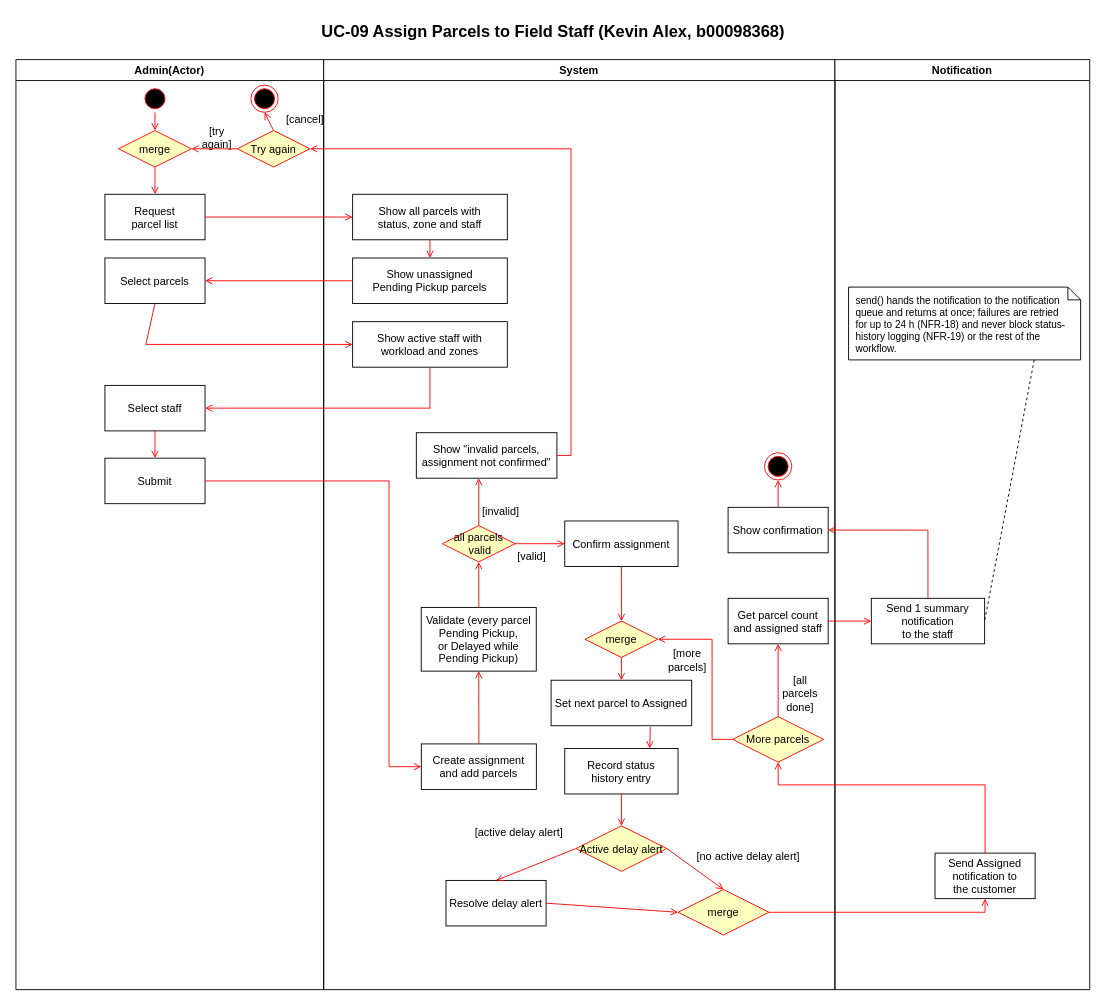
Before: Project/Behavioral_Modeling/Activity_Diagrams/AD_UC-09_Assign_Parcels_to_Field_Staff.drawio in COE420-Team10-F26/Courier_parcel_tracking_system, a draw.io diagram. Source tidied: cells renumbered, new cells numbered last; positions are measured from the earlier drawing's top-left corner, leaving out a move shared by most shapes. Both pictures are drawn from the tidied source at 91%, with x=0, y=0 at pixel (15, 15).
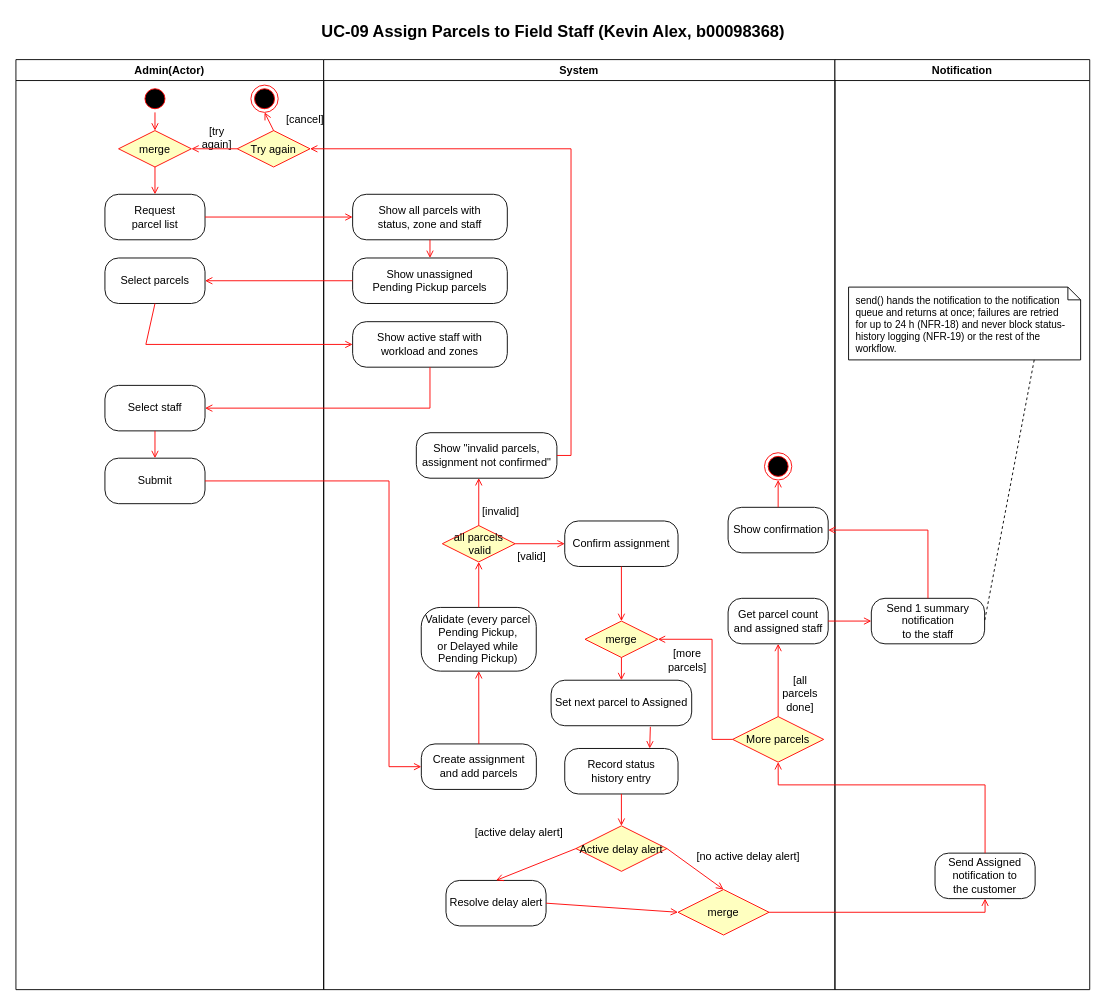
Above is the later version.

Unchanged cells that the change refers to:
```xml
<mxCell id="2" value="Admin(Actor)" style="swimlane;whiteSpace=wrap;startSize=23;" parent="1" vertex="1">
  <mxGeometry y="48" width="338.2" height="1022" as="geometry" />
</mxCell>
<mxCell id="12" value="System" style="swimlane;whiteSpace=wrap;startSize=23;" parent="1" vertex="1">
  <mxGeometry x="338.2" y="48" width="561.8" height="1022" as="geometry" />
</mxCell>
<mxCell id="48" value="Notification" style="swimlane;whiteSpace=wrap;" parent="1" vertex="1">
  <mxGeometry x="900" y="48" width="280" height="1022" as="geometry" />
</mxCell>
```

Diff of the diagram source:
```diff
@@
-    <mxCell id="4" value="Request&#10;parcel list" parent="2" vertex="1">
+    <mxCell id="4" value="Request&#10;parcel list" style="rounded=1;arcSize=30;whiteSpace=wrap;" parent="2" vertex="1">
       <mxGeometry x="97.8" y="148" width="110" height="50" as="geometry" />
     </mxCell>
-    <mxCell id="5" value="Select parcels" parent="2" vertex="1">
+    <mxCell id="5" value="Select parcels" style="rounded=1;arcSize=30;whiteSpace=wrap;" parent="2" vertex="1">
       <mxGeometry x="97.8" y="218" width="110" height="50" as="geometry" />
     </mxCell>
-    <mxCell id="6" value="Select staff" parent="2" vertex="1">
+    <mxCell id="6" value="Select staff" style="rounded=1;arcSize=30;whiteSpace=wrap;" parent="2" vertex="1">
       <mxGeometry x="97.8" y="358" width="110" height="50" as="geometry" />
     </mxCell>
-    <mxCell id="7" value="Submit" parent="2" vertex="1">
+    <mxCell id="7" value="Submit" style="rounded=1;arcSize=30;whiteSpace=wrap;" parent="2" vertex="1">
       <mxGeometry x="97.8" y="438" width="110" height="50" as="geometry" />
     </mxCell>
@@
-    <mxCell id="13" value="Show unassigned&#10;Pending Pickup parcels" parent="12" vertex="1">
+    <mxCell id="13" value="Show unassigned&#10;Pending Pickup parcels" style="rounded=1;arcSize=30;whiteSpace=wrap;" parent="12" vertex="1">
       <mxGeometry x="31.8" y="218" width="170" height="50" as="geometry" />
     </mxCell>
-    <mxCell id="14" value="Show active staff with&#10;workload and zones" parent="12" vertex="1">
+    <mxCell id="14" value="Show active staff with&#10;workload and zones" style="rounded=1;arcSize=30;whiteSpace=wrap;" parent="12" vertex="1">
       <mxGeometry x="31.8" y="288" width="170" height="50" as="geometry" />
     </mxCell>
-    <mxCell id="15" value="Create assignment&#10;and add parcels" parent="12" vertex="1">
+    <mxCell id="15" value="Create assignment&#10;and add parcels" style="rounded=1;arcSize=30;whiteSpace=wrap;" parent="12" vertex="1">
       <mxGeometry x="107.3" y="752" width="126.4" height="50" as="geometry" />
     </mxCell>
-    <mxCell id="16" value="Validate (every parcel&#10;Pending Pickup,&#10;or Delayed while&#10;Pending Pickup)" parent="12" vertex="1">
+    <mxCell id="16" value="Validate (every parcel&#10;Pending Pickup,&#10;or Delayed while&#10;Pending Pickup)" style="rounded=1;arcSize=30;whiteSpace=wrap;" parent="12" vertex="1">
       <mxGeometry x="107.2" y="602" width="126.4" height="70" as="geometry" />
     </mxCell>
@@
-    <mxCell id="22" value="Confirm assignment" parent="12" vertex="1">
+    <mxCell id="22" value="Confirm assignment" style="rounded=1;arcSize=30;whiteSpace=wrap;" parent="12" vertex="1">
       <mxGeometry x="264.9" y="507" width="124.5" height="50" as="geometry" />
     </mxCell>
@@
-    <mxCell id="25" value="Set next parcel to Assigned" parent="12" vertex="1">
+    <mxCell id="25" value="Set next parcel to Assigned" style="rounded=1;arcSize=30;whiteSpace=wrap;" parent="12" vertex="1">
       <mxGeometry x="249.9" y="682" width="154.5" height="50" as="geometry" />
     </mxCell>
@@
-    <mxCell id="27" value="Record status&#10;history entry" parent="12" vertex="1">
+    <mxCell id="27" value="Record status&#10;history entry" style="rounded=1;arcSize=30;whiteSpace=wrap;" parent="12" vertex="1">
       <mxGeometry x="264.9" y="757" width="124.5" height="50" as="geometry" />
     </mxCell>
@@
-    <mxCell id="31" value="Resolve delay alert" parent="12" vertex="1">
+    <mxCell id="31" value="Resolve delay alert" style="rounded=1;arcSize=30;whiteSpace=wrap;" parent="12" vertex="1">
       <mxGeometry x="134.4" y="902" width="110" height="50" as="geometry" />
     </mxCell>
@@
-    <mxCell id="41" value="Show &quot;invalid parcels,&#10;assignment not confirmed&quot;" parent="12" vertex="1">
+    <mxCell id="41" value="Show &quot;invalid parcels,&#10;assignment not confirmed&quot;" style="rounded=1;arcSize=30;whiteSpace=wrap;" parent="12" vertex="1">
       <mxGeometry x="101.8" y="410" width="154.5" height="50" as="geometry" />
     </mxCell>
@@
-    <mxCell id="43" value="Show confirmation" parent="12" vertex="1">
+    <mxCell id="43" value="Show confirmation" style="rounded=1;arcSize=30;whiteSpace=wrap;" parent="12" vertex="1">
       <mxGeometry x="444.4" y="492" width="110" height="50" as="geometry" />
     </mxCell>
@@
-    <mxCell id="45" value="Show all parcels with&#10;status, zone and staff" parent="12" vertex="1">
+    <mxCell id="45" value="Show all parcels with&#10;status, zone and staff" style="rounded=1;arcSize=30;whiteSpace=wrap;" parent="12" vertex="1">
       <mxGeometry x="31.8" y="148" width="170" height="50" as="geometry" />
     </mxCell>
-    <mxCell id="46" value="Get parcel count&#10;and assigned staff" parent="12" vertex="1">
+    <mxCell id="46" value="Get parcel count&#10;and assigned staff" style="rounded=1;arcSize=30;whiteSpace=wrap;" parent="12" vertex="1">
       <mxGeometry x="444.4" y="592" width="110" height="50" as="geometry" />
     </mxCell>
@@
-    <mxCell id="49" value="Send Assigned&#10;notification to&#10;the customer" parent="48" vertex="1">
+    <mxCell id="49" value="Send Assigned&#10;notification to&#10;the customer" style="rounded=1;arcSize=30;whiteSpace=wrap;" parent="48" vertex="1">
       <mxGeometry x="110" y="872" width="110" height="50" as="geometry" />
     </mxCell>
-    <mxCell id="50" value="Send 1 summary&#10;notification&#10;to the staff" parent="48" vertex="1">
+    <mxCell id="50" value="Send 1 summary&#10;notification&#10;to the staff" style="rounded=1;arcSize=30;whiteSpace=wrap;" parent="48" vertex="1">
       <mxGeometry x="40" y="592" width="124.5" height="50" as="geometry" />
     </mxCell>
```
